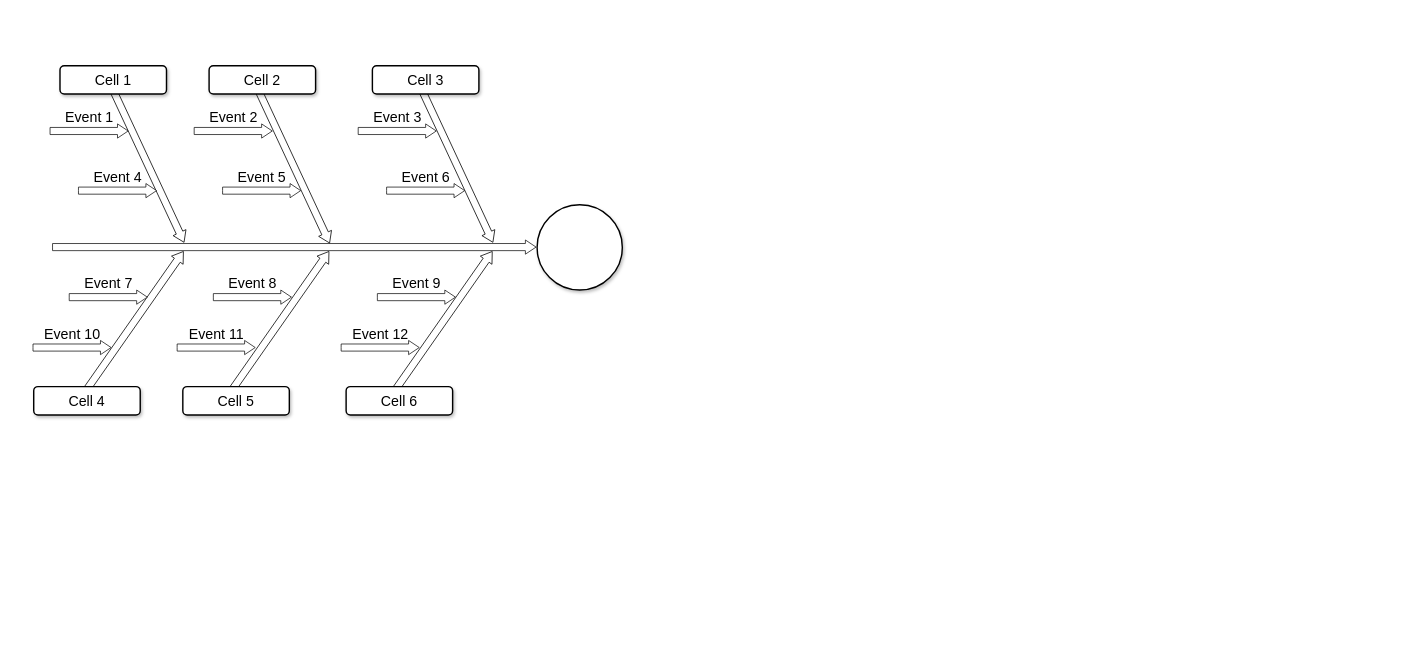
Above: FTA.drawio in cyzhang100/tianxian (draw.io), before the change. Source tidied: cells renumbered, new cells numbered last; positions are measured from the earlier drawing's top-left corner, leaving out a move shared by most shapes. Both pictures are drawn from the tidied source at 71%, with x=0, y=0 at pixel (33, 5).
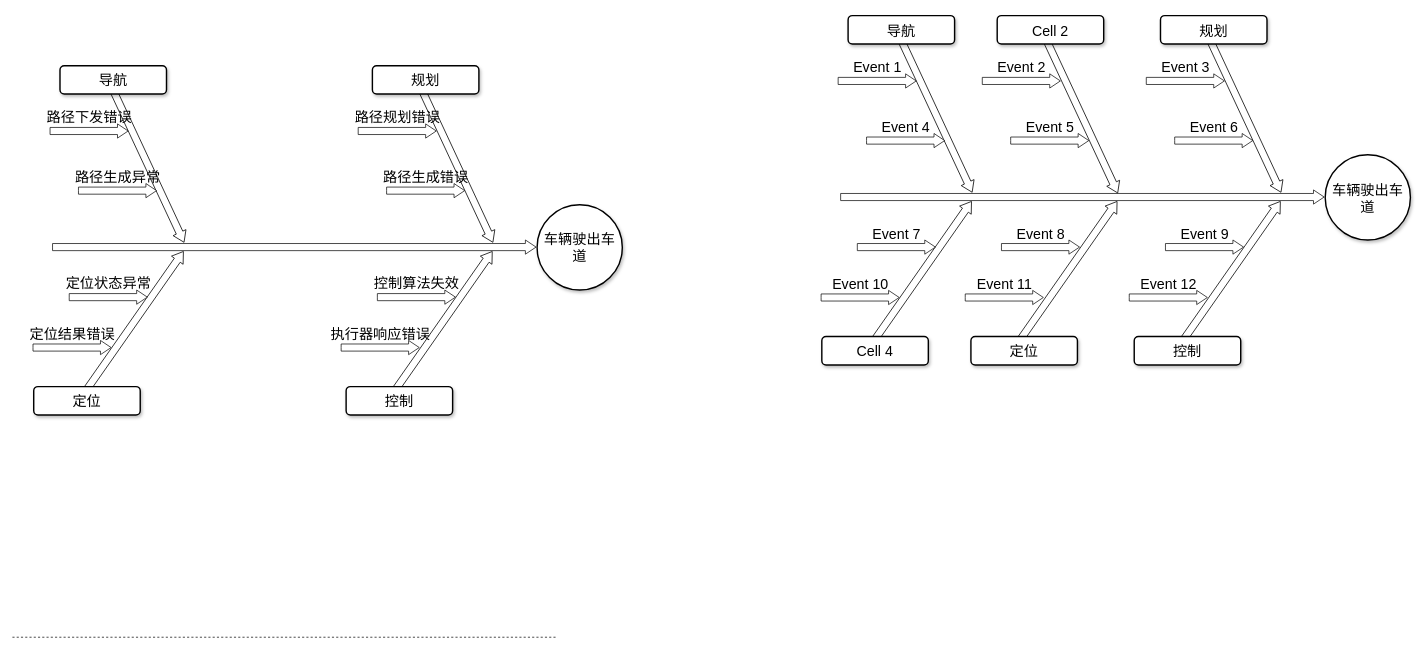
After the change.

Change to the diagram source:
```diff
@@
-    <mxCell id="3" style="html=1;shadow=0;dashed=0;align=center;verticalAlign=middle;shape=mxgraph.arrows2.arrow;dy=0.5;dx=15;direction=north;notch=0;rounded=0;strokeWidth=1;fontSize=20;rotation=35;" parent="1" vertex="1">
-      <mxGeometry x="337" y="325" width="20" height="240" as="geometry" />
-    </mxCell>
@@
-    <mxCell id="7" style="html=1;shadow=0;dashed=0;align=center;verticalAlign=middle;shape=mxgraph.arrows2.arrow;dy=0.5;dx=15;direction=north;notch=0;rounded=0;strokeWidth=1;fontSize=20;rotation=155;" parent="1" vertex="1">
-      <mxGeometry x="356" y="106" width="20" height="240" as="geometry" />
-    </mxCell>
@@
-    <mxCell id="9" value="Cell 1" style="rounded=1;whiteSpace=wrap;html=1;shadow=1;strokeWidth=2;fontSize=20;" parent="1" vertex="1">
+    <mxCell id="9" value="导航" style="rounded=1;whiteSpace=wrap;html=1;shadow=1;strokeWidth=2;fontSize=20;" parent="1" vertex="1">
       <mxGeometry x="37" y="85" width="150" height="40" as="geometry" />
     </mxCell>
-    <mxCell id="10" value="Cell 2" style="rounded=1;whiteSpace=wrap;html=1;shadow=1;strokeWidth=2;fontSize=20;" parent="1" vertex="1">
-      <mxGeometry x="247" y="85" width="150" height="40" as="geometry" />
-    </mxCell>
-    <mxCell id="11" value="Cell 3" style="rounded=1;whiteSpace=wrap;html=1;shadow=1;strokeWidth=2;fontSize=20;" parent="1" vertex="1">
+    <mxCell id="11" value="规划" style="rounded=1;whiteSpace=wrap;html=1;shadow=1;strokeWidth=2;fontSize=20;" parent="1" vertex="1">
       <mxGeometry x="477" y="85" width="150" height="40" as="geometry" />
     </mxCell>
-    <mxCell id="12" value="Cell 4" style="rounded=1;whiteSpace=wrap;html=1;shadow=1;strokeWidth=2;fontSize=20;" parent="1" vertex="1">
+    <mxCell id="12" value="定位" style="rounded=1;whiteSpace=wrap;html=1;shadow=1;strokeWidth=2;fontSize=20;" parent="1" vertex="1">
       <mxGeometry y="537" width="150" height="40" as="geometry" />
     </mxCell>
-    <mxCell id="13" value="Cell 5" style="rounded=1;whiteSpace=wrap;html=1;shadow=1;strokeWidth=2;fontSize=20;" parent="1" vertex="1">
-      <mxGeometry x="210" y="537" width="150" height="40" as="geometry" />
-    </mxCell>
-    <mxCell id="14" value="Cell 6" style="rounded=1;whiteSpace=wrap;html=1;shadow=1;strokeWidth=2;fontSize=20;" parent="1" vertex="1">
+    <mxCell id="14" value="控制" style="rounded=1;whiteSpace=wrap;html=1;shadow=1;strokeWidth=2;fontSize=20;" parent="1" vertex="1">
       <mxGeometry x="440" y="537" width="150" height="40" as="geometry" />
     </mxCell>
-    <mxCell id="15" style="ellipse;whiteSpace=wrap;html=1;rounded=1;shadow=1;strokeWidth=2;fontSize=20;" parent="1" vertex="1">
+    <mxCell id="15" value="车辆驶出车道" style="ellipse;whiteSpace=wrap;html=1;rounded=1;shadow=1;strokeWidth=2;fontSize=20;" parent="1" vertex="1">
       <mxGeometry x="709" y="281" width="120" height="120" as="geometry" />
     </mxCell>
-    <mxCell id="16" value="Event 1" style="html=1;shadow=0;dashed=0;align=center;verticalAlign=middle;shape=mxgraph.arrows2.arrow;dy=0.5;dx=15;direction=north;notch=0;rounded=0;strokeWidth=1;fontSize=20;rotation=90;horizontal=0;labelPosition=left;verticalLabelPosition=middle;" parent="1" vertex="1">
+    <mxCell id="16" value="路径下发错误" style="html=1;shadow=0;dashed=0;align=center;verticalAlign=middle;shape=mxgraph.arrows2.arrow;dy=0.5;dx=15;direction=north;notch=0;rounded=0;strokeWidth=1;fontSize=20;rotation=90;horizontal=0;labelPosition=left;verticalLabelPosition=middle;" parent="1" vertex="1">
       <mxGeometry x="68" y="122" width="20" height="110" as="geometry" />
     </mxCell>
-    <mxCell id="17" value="Event 2" style="html=1;shadow=0;dashed=0;align=center;verticalAlign=middle;shape=mxgraph.arrows2.arrow;dy=0.5;dx=15;direction=north;notch=0;rounded=0;strokeWidth=1;fontSize=20;rotation=90;horizontal=0;labelPosition=left;verticalLabelPosition=middle;" parent="1" vertex="1">
-      <mxGeometry x="271" y="122" width="20" height="110" as="geometry" />
-    </mxCell>
-    <mxCell id="18" value="Event 3" style="html=1;shadow=0;dashed=0;align=center;verticalAlign=middle;shape=mxgraph.arrows2.arrow;dy=0.5;dx=15;direction=north;notch=0;rounded=0;strokeWidth=1;fontSize=20;rotation=90;horizontal=0;labelPosition=left;verticalLabelPosition=middle;" parent="1" vertex="1">
+    <mxCell id="18" value="路径规划错误" style="html=1;shadow=0;dashed=0;align=center;verticalAlign=middle;shape=mxgraph.arrows2.arrow;dy=0.5;dx=15;direction=north;notch=0;rounded=0;strokeWidth=1;fontSize=20;rotation=90;horizontal=0;labelPosition=left;verticalLabelPosition=middle;" parent="1" vertex="1">
       <mxGeometry x="502" y="122" width="20" height="110" as="geometry" />
     </mxCell>
-    <mxCell id="19" value="Event 10" style="html=1;shadow=0;dashed=0;align=center;verticalAlign=middle;shape=mxgraph.arrows2.arrow;dy=0.5;dx=15;direction=north;notch=0;rounded=0;strokeWidth=1;fontSize=20;rotation=90;horizontal=0;labelPosition=left;verticalLabelPosition=middle;" parent="1" vertex="1">
+    <mxCell id="19" value="定位结果错误" style="html=1;shadow=0;dashed=0;align=center;verticalAlign=middle;shape=mxgraph.arrows2.arrow;dy=0.5;dx=15;direction=north;notch=0;rounded=0;strokeWidth=1;fontSize=20;rotation=90;horizontal=0;labelPosition=left;verticalLabelPosition=middle;" parent="1" vertex="1">
       <mxGeometry x="44" y="427" width="20" height="110" as="geometry" />
     </mxCell>
-    <mxCell id="20" value="Event 11" style="html=1;shadow=0;dashed=0;align=center;verticalAlign=middle;shape=mxgraph.arrows2.arrow;dy=0.5;dx=15;direction=north;notch=0;rounded=0;strokeWidth=1;fontSize=20;rotation=90;horizontal=0;labelPosition=left;verticalLabelPosition=middle;" parent="1" vertex="1">
-      <mxGeometry x="247" y="427" width="20" height="110" as="geometry" />
-    </mxCell>
-    <mxCell id="21" value="Event 12" style="html=1;shadow=0;dashed=0;align=center;verticalAlign=middle;shape=mxgraph.arrows2.arrow;dy=0.5;dx=15;direction=north;notch=0;rounded=0;strokeWidth=1;fontSize=20;rotation=90;horizontal=0;labelPosition=left;verticalLabelPosition=middle;" parent="1" vertex="1">
+    <mxCell id="21" value="执行器响应错误" style="html=1;shadow=0;dashed=0;align=center;verticalAlign=middle;shape=mxgraph.arrows2.arrow;dy=0.5;dx=15;direction=north;notch=0;rounded=0;strokeWidth=1;fontSize=20;rotation=90;horizontal=0;labelPosition=left;verticalLabelPosition=middle;" parent="1" vertex="1">
       <mxGeometry x="478" y="427" width="20" height="110" as="geometry" />
     </mxCell>
-    <mxCell id="22" value="Event 4" style="html=1;shadow=0;dashed=0;align=center;verticalAlign=middle;shape=mxgraph.arrows2.arrow;dy=0.5;dx=15;direction=north;notch=0;rounded=0;strokeWidth=1;fontSize=20;rotation=90;horizontal=0;labelPosition=left;verticalLabelPosition=middle;" parent="1" vertex="1">
+    <mxCell id="22" value="路径生成异常" style="html=1;shadow=0;dashed=0;align=center;verticalAlign=middle;shape=mxgraph.arrows2.arrow;dy=0.5;dx=15;direction=north;notch=0;rounded=0;strokeWidth=1;fontSize=20;rotation=90;horizontal=0;labelPosition=left;verticalLabelPosition=middle;" parent="1" vertex="1">
       <mxGeometry x="108" y="206" width="20" height="110" as="geometry" />
     </mxCell>
-    <mxCell id="23" value="Event 5" style="html=1;shadow=0;dashed=0;align=center;verticalAlign=middle;shape=mxgraph.arrows2.arrow;dy=0.5;dx=15;direction=north;notch=0;rounded=0;strokeWidth=1;fontSize=20;rotation=90;horizontal=0;labelPosition=left;verticalLabelPosition=middle;" parent="1" vertex="1">
-      <mxGeometry x="311" y="206" width="20" height="110" as="geometry" />
-    </mxCell>
-    <mxCell id="24" value="Event 6" style="html=1;shadow=0;dashed=0;align=center;verticalAlign=middle;shape=mxgraph.arrows2.arrow;dy=0.5;dx=15;direction=north;notch=0;rounded=0;strokeWidth=1;fontSize=20;rotation=90;horizontal=0;labelPosition=left;verticalLabelPosition=middle;" parent="1" vertex="1">
+    <mxCell id="24" value="路径生成错误" style="html=1;shadow=0;dashed=0;align=center;verticalAlign=middle;shape=mxgraph.arrows2.arrow;dy=0.5;dx=15;direction=north;notch=0;rounded=0;strokeWidth=1;fontSize=20;rotation=90;horizontal=0;labelPosition=left;verticalLabelPosition=middle;" parent="1" vertex="1">
       <mxGeometry x="542" y="206" width="20" height="110" as="geometry" />
     </mxCell>
-    <mxCell id="25" value="Event 7" style="html=1;shadow=0;dashed=0;align=center;verticalAlign=middle;shape=mxgraph.arrows2.arrow;dy=0.5;dx=15;direction=north;notch=0;rounded=0;strokeWidth=1;fontSize=20;rotation=90;horizontal=0;labelPosition=left;verticalLabelPosition=middle;" parent="1" vertex="1">
+    <mxCell id="25" value="定位状态异常" style="html=1;shadow=0;dashed=0;align=center;verticalAlign=middle;shape=mxgraph.arrows2.arrow;dy=0.5;dx=15;direction=north;notch=0;rounded=0;strokeWidth=1;fontSize=20;rotation=90;horizontal=0;labelPosition=left;verticalLabelPosition=middle;" parent="1" vertex="1">
       <mxGeometry x="95" y="356" width="20" height="110" as="geometry" />
     </mxCell>
+    <mxCell id="27" value="控制算法失效" style="html=1;shadow=0;dashed=0;align=center;verticalAlign=middle;shape=mxgraph.arrows2.arrow;dy=0.5;dx=15;direction=north;notch=0;rounded=0;strokeWidth=1;fontSize=20;rotation=90;horizontal=0;labelPosition=left;verticalLabelPosition=middle;" parent="1" vertex="1">
+      <mxGeometry x="529" y="356" width="20" height="110" as="geometry" />
+    </mxCell>
+    <mxCell id="28" style="html=1;shadow=0;dashed=0;align=center;verticalAlign=middle;shape=mxgraph.arrows2.arrow;dy=0.5;dx=15;direction=north;notch=0;rounded=0;strokeWidth=1;fontSize=20;rotation=35;" parent="1" vertex="1">
+      <mxGeometry x="1242" y="254.5" width="20" height="240" as="geometry" />
+    </mxCell>
+    <mxCell id="29" style="html=1;shadow=0;dashed=0;align=center;verticalAlign=middle;shape=mxgraph.arrows2.arrow;dy=0.5;dx=15;direction=north;notch=0;rounded=0;strokeWidth=1;fontSize=20;rotation=35;" parent="1" vertex="1">
+      <mxGeometry x="1447" y="254.5" width="20" height="240" as="geometry" />
+    </mxCell>
+    <mxCell id="30" style="html=1;shadow=0;dashed=0;align=center;verticalAlign=middle;shape=mxgraph.arrows2.arrow;dy=0.5;dx=15;direction=north;notch=0;rounded=0;strokeWidth=1;fontSize=20;rotation=35;" parent="1" vertex="1">
+      <mxGeometry x="1677" y="254.5" width="20" height="240" as="geometry" />
+    </mxCell>
+    <mxCell id="31" style="html=1;shadow=0;dashed=0;align=center;verticalAlign=middle;shape=mxgraph.arrows2.arrow;dy=0.5;dx=15;direction=north;notch=0;rounded=0;strokeWidth=1;fontSize=20;rotation=90;" parent="1" vertex="1">
+      <mxGeometry x="1467" y="-70.5" width="20" height="681" as="geometry" />
+    </mxCell>
+    <mxCell id="32" style="html=1;shadow=0;dashed=0;align=center;verticalAlign=middle;shape=mxgraph.arrows2.arrow;dy=0.5;dx=15;direction=north;notch=0;rounded=0;strokeWidth=1;fontSize=20;rotation=155;" parent="1" vertex="1">
+      <mxGeometry x="1261" y="34.5" width="20" height="240" as="geometry" />
+    </mxCell>
+    <mxCell id="33" style="html=1;shadow=0;dashed=0;align=center;verticalAlign=middle;shape=mxgraph.arrows2.arrow;dy=0.5;dx=15;direction=north;notch=0;rounded=0;strokeWidth=1;fontSize=20;rotation=155;" parent="1" vertex="1">
+      <mxGeometry x="1466" y="35.5" width="20" height="240" as="geometry" />
+    </mxCell>
+    <mxCell id="34" style="html=1;shadow=0;dashed=0;align=center;verticalAlign=middle;shape=mxgraph.arrows2.arrow;dy=0.5;dx=15;direction=north;notch=0;rounded=0;strokeWidth=1;fontSize=20;rotation=155;" parent="1" vertex="1">
+      <mxGeometry x="1696" y="34.5" width="20" height="240" as="geometry" />
+    </mxCell>
+    <mxCell id="35" value="导航" style="rounded=1;whiteSpace=wrap;html=1;shadow=1;strokeWidth=2;fontSize=20;" parent="1" vertex="1">
+      <mxGeometry x="1147" y="14.5" width="150" height="40" as="geometry" />
+    </mxCell>
+    <mxCell id="10" value="Cell 2" style="rounded=1;whiteSpace=wrap;html=1;shadow=1;strokeWidth=2;fontSize=20;" parent="1" vertex="1">
+      <mxGeometry x="1357" y="14.5" width="150" height="40" as="geometry" />
+    </mxCell>
+    <mxCell id="36" value="规划" style="rounded=1;whiteSpace=wrap;html=1;shadow=1;strokeWidth=2;fontSize=20;" parent="1" vertex="1">
+      <mxGeometry x="1587" y="14.5" width="150" height="40" as="geometry" />
+    </mxCell>
+    <mxCell id="37" value="Cell 4" style="rounded=1;whiteSpace=wrap;html=1;shadow=1;strokeWidth=2;fontSize=20;" parent="1" vertex="1">
+      <mxGeometry x="1110" y="466.5" width="150" height="40" as="geometry" />
+    </mxCell>
+    <mxCell id="38" value="定位" style="rounded=1;whiteSpace=wrap;html=1;shadow=1;strokeWidth=2;fontSize=20;" parent="1" vertex="1">
+      <mxGeometry x="1320" y="466.5" width="150" height="40" as="geometry" />
+    </mxCell>
+    <mxCell id="39" value="控制" style="rounded=1;whiteSpace=wrap;html=1;shadow=1;strokeWidth=2;fontSize=20;" parent="1" vertex="1">
+      <mxGeometry x="1550" y="466.5" width="150" height="40" as="geometry" />
+    </mxCell>
+    <mxCell id="40" value="车辆驶出车道" style="ellipse;whiteSpace=wrap;html=1;rounded=1;shadow=1;strokeWidth=2;fontSize=20;" parent="1" vertex="1">
+      <mxGeometry x="1819" y="210.5" width="120" height="120" as="geometry" />
+    </mxCell>
+    <mxCell id="41" value="Event 1" style="html=1;shadow=0;dashed=0;align=center;verticalAlign=middle;shape=mxgraph.arrows2.arrow;dy=0.5;dx=15;direction=north;notch=0;rounded=0;strokeWidth=1;fontSize=20;rotation=90;horizontal=0;labelPosition=left;verticalLabelPosition=middle;" parent="1" vertex="1">
+      <mxGeometry x="1178" y="51.5" width="20" height="110" as="geometry" />
+    </mxCell>
+    <mxCell id="17" value="Event 2" style="html=1;shadow=0;dashed=0;align=center;verticalAlign=middle;shape=mxgraph.arrows2.arrow;dy=0.5;dx=15;direction=north;notch=0;rounded=0;strokeWidth=1;fontSize=20;rotation=90;horizontal=0;labelPosition=left;verticalLabelPosition=middle;" parent="1" vertex="1">
+      <mxGeometry x="1381" y="51.5" width="20" height="110" as="geometry" />
+    </mxCell>
+    <mxCell id="42" value="Event 3" style="html=1;shadow=0;dashed=0;align=center;verticalAlign=middle;shape=mxgraph.arrows2.arrow;dy=0.5;dx=15;direction=north;notch=0;rounded=0;strokeWidth=1;fontSize=20;rotation=90;horizontal=0;labelPosition=left;verticalLabelPosition=middle;" parent="1" vertex="1">
+      <mxGeometry x="1612" y="51.5" width="20" height="110" as="geometry" />
+    </mxCell>
+    <mxCell id="43" value="Event 10" style="html=1;shadow=0;dashed=0;align=center;verticalAlign=middle;shape=mxgraph.arrows2.arrow;dy=0.5;dx=15;direction=north;notch=0;rounded=0;strokeWidth=1;fontSize=20;rotation=90;horizontal=0;labelPosition=left;verticalLabelPosition=middle;" parent="1" vertex="1">
+      <mxGeometry x="1154" y="356.5" width="20" height="110" as="geometry" />
+    </mxCell>
+    <mxCell id="20" value="Event 11" style="html=1;shadow=0;dashed=0;align=center;verticalAlign=middle;shape=mxgraph.arrows2.arrow;dy=0.5;dx=15;direction=north;notch=0;rounded=0;strokeWidth=1;fontSize=20;rotation=90;horizontal=0;labelPosition=left;verticalLabelPosition=middle;" parent="1" vertex="1">
+      <mxGeometry x="1357" y="356.5" width="20" height="110" as="geometry" />
+    </mxCell>
+    <mxCell id="44" value="Event 12" style="html=1;shadow=0;dashed=0;align=center;verticalAlign=middle;shape=mxgraph.arrows2.arrow;dy=0.5;dx=15;direction=north;notch=0;rounded=0;strokeWidth=1;fontSize=20;rotation=90;horizontal=0;labelPosition=left;verticalLabelPosition=middle;" parent="1" vertex="1">
+      <mxGeometry x="1588" y="356.5" width="20" height="110" as="geometry" />
+    </mxCell>
+    <mxCell id="45" value="Event 4" style="html=1;shadow=0;dashed=0;align=center;verticalAlign=middle;shape=mxgraph.arrows2.arrow;dy=0.5;dx=15;direction=north;notch=0;rounded=0;strokeWidth=1;fontSize=20;rotation=90;horizontal=0;labelPosition=left;verticalLabelPosition=middle;" parent="1" vertex="1">
+      <mxGeometry x="1218" y="135.5" width="20" height="110" as="geometry" />
+    </mxCell>
+    <mxCell id="23" value="Event 5" style="html=1;shadow=0;dashed=0;align=center;verticalAlign=middle;shape=mxgraph.arrows2.arrow;dy=0.5;dx=15;direction=north;notch=0;rounded=0;strokeWidth=1;fontSize=20;rotation=90;horizontal=0;labelPosition=left;verticalLabelPosition=middle;" parent="1" vertex="1">
+      <mxGeometry x="1421" y="135.5" width="20" height="110" as="geometry" />
+    </mxCell>
+    <mxCell id="46" value="Event 6" style="html=1;shadow=0;dashed=0;align=center;verticalAlign=middle;shape=mxgraph.arrows2.arrow;dy=0.5;dx=15;direction=north;notch=0;rounded=0;strokeWidth=1;fontSize=20;rotation=90;horizontal=0;labelPosition=left;verticalLabelPosition=middle;" parent="1" vertex="1">
+      <mxGeometry x="1652" y="135.5" width="20" height="110" as="geometry" />
+    </mxCell>
+    <mxCell id="47" value="Event 7" style="html=1;shadow=0;dashed=0;align=center;verticalAlign=middle;shape=mxgraph.arrows2.arrow;dy=0.5;dx=15;direction=north;notch=0;rounded=0;strokeWidth=1;fontSize=20;rotation=90;horizontal=0;labelPosition=left;verticalLabelPosition=middle;" parent="1" vertex="1">
+      <mxGeometry x="1205" y="285.5" width="20" height="110" as="geometry" />
+    </mxCell>
     <mxCell id="26" value="Event 8" style="html=1;shadow=0;dashed=0;align=center;verticalAlign=middle;shape=mxgraph.arrows2.arrow;dy=0.5;dx=15;direction=north;notch=0;rounded=0;strokeWidth=1;fontSize=20;rotation=90;horizontal=0;labelPosition=left;verticalLabelPosition=middle;" parent="1" vertex="1">
-      <mxGeometry x="298" y="356" width="20" height="110" as="geometry" />
+      <mxGeometry x="1408" y="285.5" width="20" height="110" as="geometry" />
     </mxCell>
-    <mxCell id="27" value="Event 9" style="html=1;shadow=0;dashed=0;align=center;verticalAlign=middle;shape=mxgraph.arrows2.arrow;dy=0.5;dx=15;direction=north;notch=0;rounded=0;strokeWidth=1;fontSize=20;rotation=90;horizontal=0;labelPosition=left;verticalLabelPosition=middle;" parent="1" vertex="1">
-      <mxGeometry x="529" y="356" width="20" height="110" as="geometry" />
-    </mxCell>
+    <mxCell id="48" value="Event 9" style="html=1;shadow=0;dashed=0;align=center;verticalAlign=middle;shape=mxgraph.arrows2.arrow;dy=0.5;dx=15;direction=north;notch=0;rounded=0;strokeWidth=1;fontSize=20;rotation=90;horizontal=0;labelPosition=left;verticalLabelPosition=middle;" parent="1" vertex="1">
+      <mxGeometry x="1639" y="285.5" width="20" height="110" as="geometry" />
+    </mxCell>
+    <mxCell id="49" style="endArrow=none;html=1;dashed=1;" parent="1" edge="1">
+      <mxGeometry relative="1" as="geometry">
+        <mxPoint x="-30" y="890" as="sourcePoint" />
+        <mxPoint x="737" y="890" as="targetPoint" />
+      </mxGeometry>
+    </mxCell>
```
